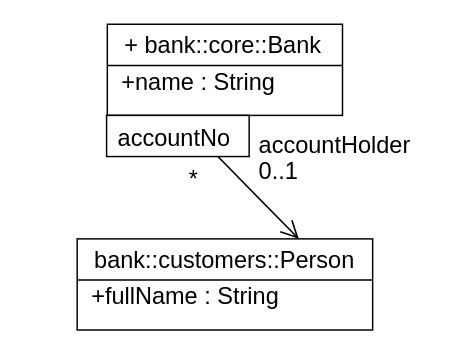
This is docs/images/qualified-bank.drawio from ASU1127/clean-uml-lab, a draw.io file, before an edit. Source tidied: cells renumbered, new cells numbered last; positions are measured from the earlier drawing's top-left corner, leaving out a move shared by most shapes. Both pictures are drawn from the tidied source at 147%, with x=0, y=0 at pixel (24, -29).
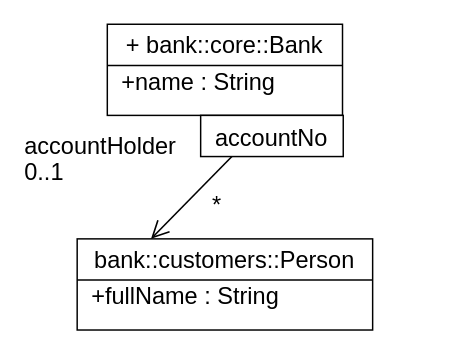
The same page after the edit.

The edit, as a diff of the source:
```diff
@@
-    <mxCell id="2" style="rounded=0;html=0;fillColor=#FFFFFF;strokeColor=#000000;strokeWidth=1;" parent="1" vertex="1">
+    <mxCell id="2" style="rounded=0;html=0;fillColor=#FFFFFF;strokeColor=#000000;strokeWidth=1;allowGaps=1;stackUnitSize=0.5;groupPadding=0;" parent="1" vertex="1">
       <mxGeometry x="56.5" y="36" width="160" height="62" as="geometry" />
     </mxCell>
-    <mxCell id="3" value="+ bank::core::Bank" style="text;html=0;strokeColor=none;fillColor=none;align=left;verticalAlign=top;spacing=0;fontFamily=Arial;fontSize=16;fontColor=#000000;whiteSpace=nowrap;overflow=visible;fontStyle=0;" parent="2" vertex="1">
-      <mxGeometry x="0.5" width="140" height="20" relative="1" as="geometry">
-        <mxPoint x="-68" as="offset" />
-      </mxGeometry>
+    <mxCell id="3" value="+ bank::core::Bank" style="swimlane;html=0;strokeColor=none;fillColor=none;align=center;verticalAlign=top;spacing=0;fontFamily=Arial;fontSize=16;fontColor=#000000;whiteSpace=nowrap;overflow=visible;fontStyle=0;swimlaneFillColor=none;separatorColor=none;startSize=20;horizontal=1;autosizeGrid=0;" parent="2" vertex="1" collapsed="1">
+      <mxGeometry width="160" height="20" as="geometry" />
     </mxCell>
-    <mxCell id="4" value="+name : String" style="text;html=0;strokeColor=none;fillColor=none;align=left;verticalAlign=top;spacing=0;fontFamily=Arial;fontSize=16;fontColor=#000000;whiteSpace=nowrap;overflow=visible;fontStyle=0;" parent="2" vertex="1">
-      <mxGeometry x="10" y="25" width="110" height="20" as="geometry" />
+    <mxCell id="4" value="+name : String" style="text;html=0;strokeColor=none;fillColor=none;align=left;verticalAlign=top;spacing=0;fontFamily=Arial;fontSize=16;fontColor=#000000;whiteSpace=nowrap;overflow=visible;fontStyle=0;spacingLeft=10;spacingRight=10;spacingTop=-5;autosizeGrid=0;" parent="2" vertex="1">
+      <mxGeometry y="30" width="160" height="20" as="geometry" />
     </mxCell>
@@
-    <mxCell id="6" style="rounded=0;html=0;fillColor=#FFFFFF;strokeColor=#000000;strokeWidth=1;" parent="1" vertex="1">
+    <mxCell id="6" style="rounded=0;html=0;fillColor=#FFFFFF;strokeColor=#000000;strokeWidth=1;allowGaps=1;stackUnitSize=0.5;groupPadding=0;" parent="1" vertex="1">
       <mxGeometry x="36" y="182" width="201" height="62" as="geometry" />
     </mxCell>
-    <mxCell id="7" value="bank::customers::Person" style="text;html=0;strokeColor=none;fillColor=none;align=left;verticalAlign=top;spacing=0;fontFamily=Arial;fontSize=16;fontColor=#000000;whiteSpace=nowrap;overflow=visible;fontStyle=0;" parent="6" vertex="1">
-      <mxGeometry x="0.5" width="181" height="20" relative="1" as="geometry">
-        <mxPoint x="-88.5" as="offset" />
-      </mxGeometry>
+    <mxCell id="7" value="bank::customers::Person" style="swimlane;html=0;strokeColor=none;fillColor=none;align=center;verticalAlign=top;spacing=0;fontFamily=Arial;fontSize=16;fontColor=#000000;whiteSpace=nowrap;overflow=visible;fontStyle=0;swimlaneFillColor=none;separatorColor=none;startSize=20;horizontal=1;autosizeGrid=0;" parent="6" vertex="1" collapsed="1">
+      <mxGeometry width="201" height="20" as="geometry" />
     </mxCell>
-    <mxCell id="8" value="+fullName : String" style="text;html=0;strokeColor=none;fillColor=none;align=left;verticalAlign=top;spacing=0;fontFamily=Arial;fontSize=16;fontColor=#000000;whiteSpace=nowrap;overflow=visible;fontStyle=0;" parent="6" vertex="1">
-      <mxGeometry x="10" y="25" width="134" height="20" as="geometry" />
+    <mxCell id="8" value="+fullName : String" style="text;html=0;strokeColor=none;fillColor=none;align=left;verticalAlign=top;spacing=0;fontFamily=Arial;fontSize=16;fontColor=#000000;whiteSpace=nowrap;overflow=visible;fontStyle=0;spacingLeft=10;spacingRight=10;spacingTop=-5;autosizeGrid=0;" parent="6" vertex="1">
+      <mxGeometry y="30" width="201" height="20" as="geometry" />
     </mxCell>
@@
+    <mxCell id="17" style="rounded=0;fillColor=none;strokeColor=none;" parent="2" vertex="1">
+      <mxGeometry x="0.7" y="1" relative="1" as="geometry" />
+    </mxCell>
-    <mxCell id="10" value="accountNo" style="rounded=0;html=0;fillColor=#FFFFFF;strokeColor=#000000;strokeWidth=1;align=left;verticalAlign=middle;spacing=8;fontFamily=Arial;fontSize=16;fontColor=#000000;whiteSpace=nowrap;" parent="2" vertex="1">
-      <mxGeometry x="0.3" y="1" width="97" height="28" relative="1" as="geometry">
-        <mxPoint x="-48.5" as="offset" />
-      </mxGeometry>
+    <mxCell id="10" value="accountNo" style="rounded=0;html=0;fillColor=#FFFFFF;strokeColor=#000000;strokeWidth=1;align=center;verticalAlign=top;spacing=0;spacingLeft=8;spacingRight=8;spacingTop=1;spacingBottom=1;fontFamily=Arial;fontSize=16;fontColor=#000000;whiteSpace=nowrap;autosizeGrid=0;" parent="17" vertex="1">
+      <mxGeometry x="-48.5" width="97" height="28" as="geometry" />
     </mxCell>
-    <mxCell id="11" style="edgeStyle=none;noEdgeStyle=1;rounded=0;html=0;strokeColor=#000000;strokeWidth=1.1;startArrow=none;endArrow=none;endArrow=open;endSize=10;exitX=0.7809278350515464;exitY=1.0;exitPerimeter=0;entryX=0.75;entryY=0.0;entryPerimeter=0;" parent="1" edge="1" source="10" target="6">
+    <mxCell id="11" style="edgeStyle=none;noEdgeStyle=1;rounded=0;html=0;strokeColor=#000000;strokeWidth=1.1;startArrow=none;endArrow=none;endArrow=open;endSize=10;exitX=0.2190721649484536;exitY=1.0;exitPerimeter=0;entryX=0.25;entryY=0.0;entryPerimeter=0;" parent="1" edge="1" source="10" target="6">
       <mxGeometry relative="1" as="geometry" />
     </mxCell>
     <mxCell id="12" style="group;fillColor=none;strokeColor=none;" parent="11" vertex="1">
       <mxGeometry x="-1" width="14" height="20" relative="1" as="geometry">
-        <mxPoint x="-19.3" y="1.5" as="offset" />
+        <mxPoint x="-13.1" y="19" as="offset" />
       </mxGeometry>
     </mxCell>
@@
     <mxCell id="14" style="group;fillColor=none;strokeColor=none;" parent="11" vertex="1">
       <mxGeometry x="1" width="113" height="38" relative="1" as="geometry">
-        <mxPoint x="-26.5" y="-77.6" as="offset" />
+        <mxPoint x="-86.1" y="-77" as="offset" />
       </mxGeometry>
     </mxCell>
```
